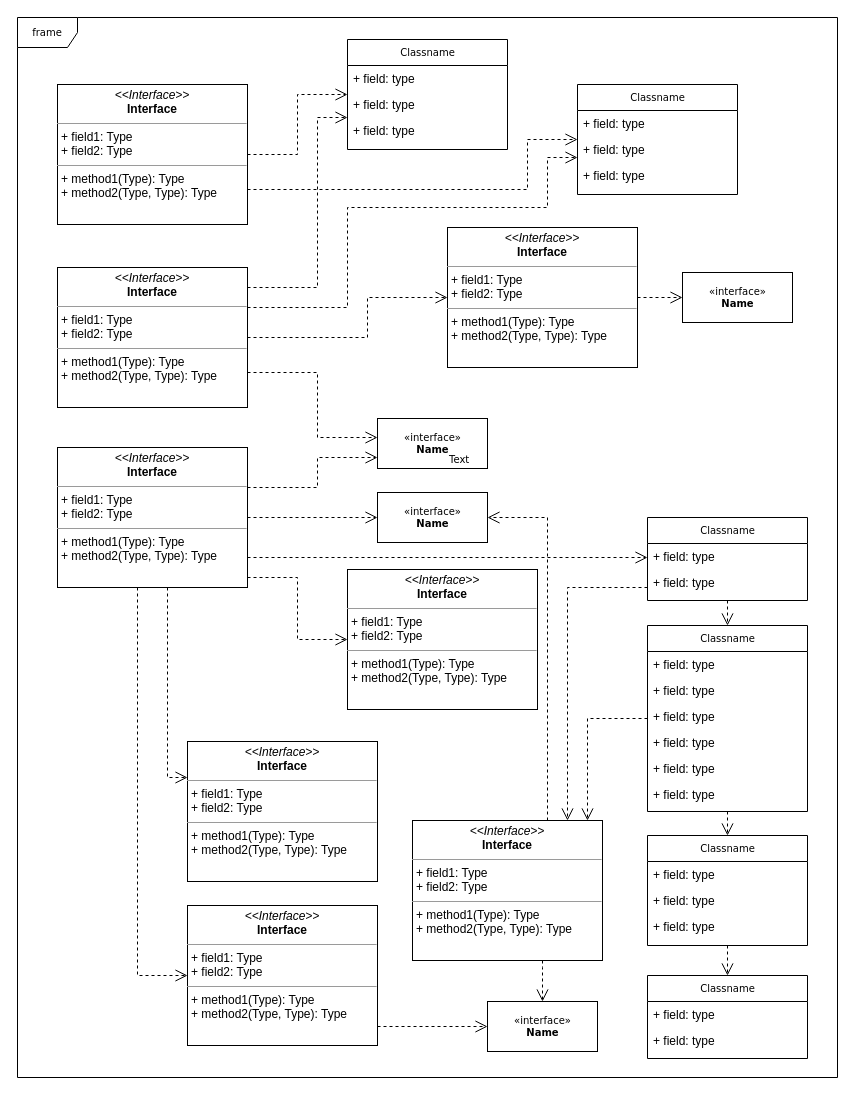
Victor-AGSP/oa keeps this draw.io diagram as Diagrama sin título.drawio. Above is the earlier version. Source tidied: cells renumbered, new cells numbered last; positions are measured from the earlier drawing's top-left corner, leaving out a move shared by most shapes. Both pictures are drawn from the tidied source at 100%, with x=0, y=0 at pixel (17, 17).
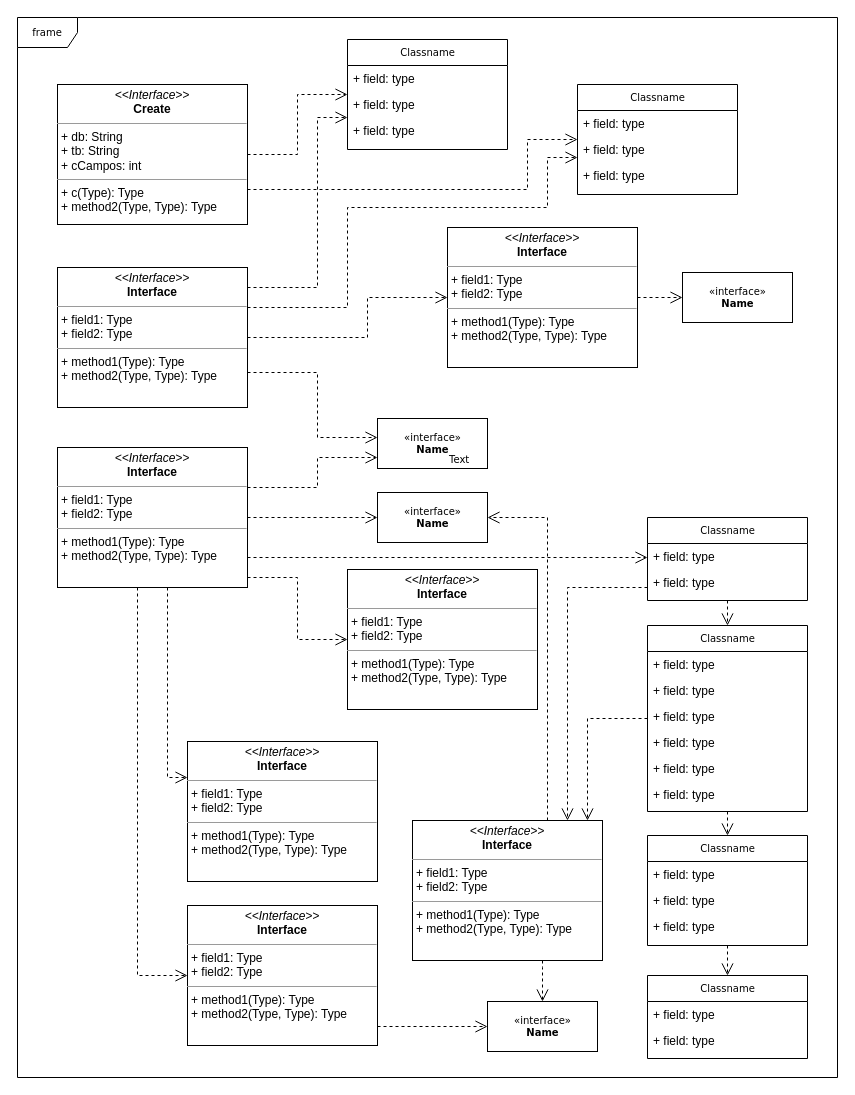
Above is the later version.

Diff of the diagram source:
```diff
@@
-    <mxCell id="48" value="&lt;p style=&quot;margin:0px;margin-top:4px;text-align:center;&quot;&gt;&lt;i&gt;&amp;lt;&amp;lt;Interface&amp;gt;&amp;gt;&lt;/i&gt;&lt;br/&gt;&lt;b&gt;Interface&lt;/b&gt;&lt;/p&gt;&lt;hr size=&quot;1&quot;/&gt;&lt;p style=&quot;margin:0px;margin-left:4px;&quot;&gt;+ field1: Type&lt;br/&gt;+ field2: Type&lt;/p&gt;&lt;hr size=&quot;1&quot;/&gt;&lt;p style=&quot;margin:0px;margin-left:4px;&quot;&gt;+ method1(Type): Type&lt;br/&gt;+ method2(Type, Type): Type&lt;/p&gt;" style="verticalAlign=top;align=left;overflow=fill;fontSize=12;fontFamily=Helvetica;html=1;rounded=0;shadow=0;comic=0;labelBackgroundColor=none;strokeWidth=1;" parent="1" vertex="1">
+    <mxCell id="48" value="&lt;p style=&quot;margin:0px;margin-top:4px;text-align:center;&quot;&gt;&lt;i&gt;&amp;lt;&amp;lt;Interface&amp;gt;&amp;gt;&lt;/i&gt;&lt;br&gt;&lt;b&gt;Create&lt;/b&gt;&lt;/p&gt;&lt;hr size=&quot;1&quot;&gt;&lt;p style=&quot;margin:0px;margin-left:4px;&quot;&gt;+ db: String&lt;br&gt;+ tb: String&lt;/p&gt;&lt;p style=&quot;margin:0px;margin-left:4px;&quot;&gt;+ cCampos: int&lt;/p&gt;&lt;hr size=&quot;1&quot;&gt;&lt;p style=&quot;margin:0px;margin-left:4px;&quot;&gt;+ c(Type): Type&lt;br&gt;+ method2(Type, Type): Type&lt;/p&gt;" style="verticalAlign=top;align=left;overflow=fill;fontSize=12;fontFamily=Helvetica;html=1;rounded=0;shadow=0;comic=0;labelBackgroundColor=none;strokeWidth=1;" parent="1" vertex="1">
       <mxGeometry x="40" y="67" width="190" height="140" as="geometry" />
     </mxCell>
```
